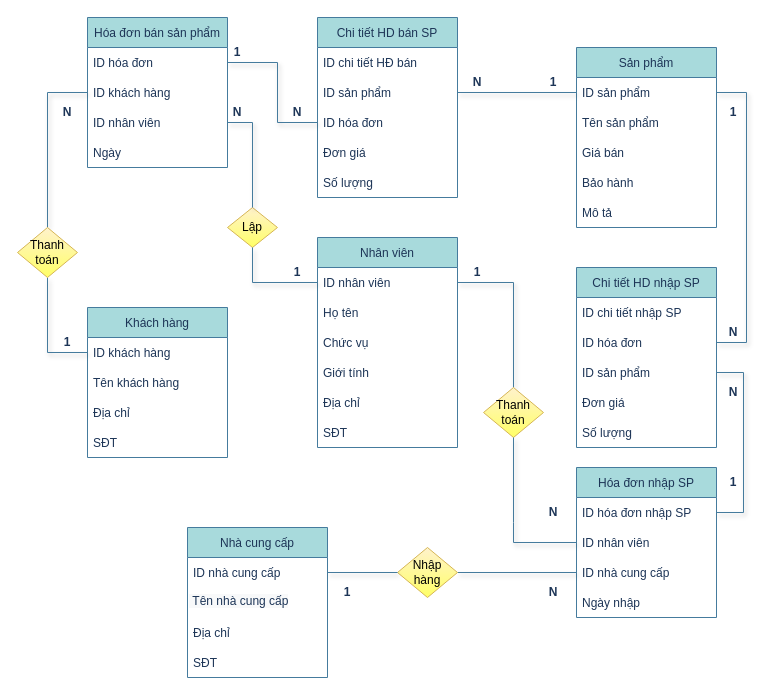
Earlier version of the draw.io diagram Untitled Diagram.drawio (duy1009/abc). Source tidied: cells renumbered, new cells numbered last; positions are measured from the earlier drawing's top-left corner, leaving out a move shared by most shapes. Both pictures are drawn from the tidied source at 100%, with x=0, y=0 at pixel (17, 17).
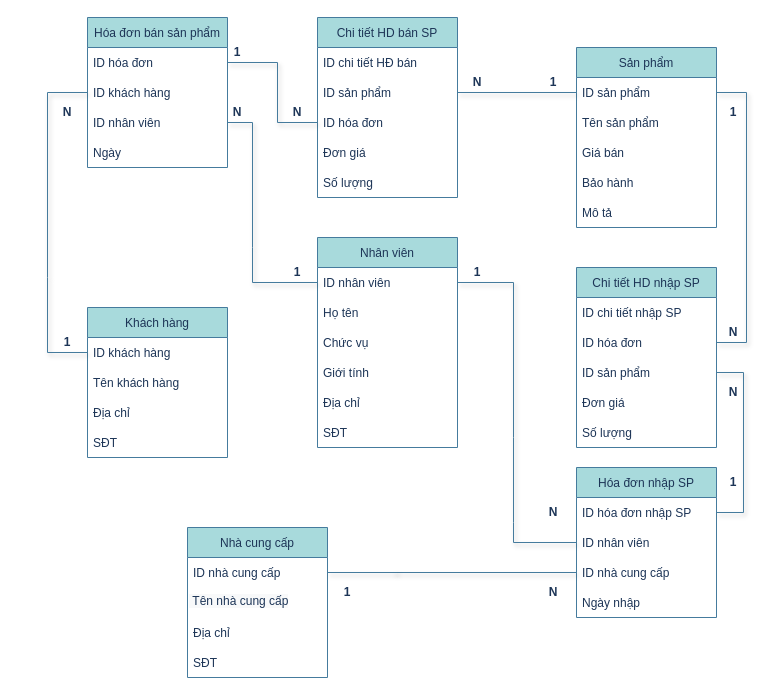
The same page after the edit.

Unchanged cells that the change refers to:
```xml
<mxCell id="4" value="ID khách hàng" style="text;strokeColor=none;fillColor=none;align=left;verticalAlign=middle;spacingLeft=4;spacingRight=4;overflow=hidden;points=[[0,0.5],[1,0.5]];portConstraint=eastwest;fontColor=#1D3557;" parent="2" vertex="1">
  <mxGeometry y="60" width="140" height="30" as="geometry" />
</mxCell>
<mxCell id="5" value="ID nhân viên" style="text;strokeColor=none;fillColor=none;align=left;verticalAlign=middle;spacingLeft=4;spacingRight=4;overflow=hidden;points=[[0,0.5],[1,0.5]];portConstraint=eastwest;fontColor=#1D3557;" parent="2" vertex="1">
  <mxGeometry y="90" width="140" height="30" as="geometry" />
</mxCell>
<mxCell id="9" value="ID nhân viên" style="text;strokeColor=none;fillColor=none;align=left;verticalAlign=middle;spacingLeft=4;spacingRight=4;overflow=hidden;points=[[0,0.5],[1,0.5]];portConstraint=eastwest;fontColor=#1D3557;" parent="7" vertex="1">
  <mxGeometry y="60" width="140" height="30" as="geometry" />
</mxCell>
<mxCell id="10" value="ID nhà cung cấp" style="text;strokeColor=none;fillColor=none;align=left;verticalAlign=middle;spacingLeft=4;spacingRight=4;overflow=hidden;points=[[0,0.5],[1,0.5]];portConstraint=eastwest;fontColor=#1D3557;" parent="7" vertex="1">
  <mxGeometry y="90" width="140" height="30" as="geometry" />
</mxCell>
<mxCell id="19" value="ID nhân viên " style="text;strokeColor=none;fillColor=none;align=left;verticalAlign=middle;spacingLeft=4;spacingRight=4;overflow=hidden;points=[[0,0.5],[1,0.5]];portConstraint=eastwest;fontColor=#1D3557;" parent="18" vertex="1">
  <mxGeometry y="30" width="140" height="30" as="geometry" />
</mxCell>
<mxCell id="32" value="ID khách hàng" style="text;strokeColor=none;fillColor=none;align=left;verticalAlign=middle;spacingLeft=4;spacingRight=4;overflow=hidden;points=[[0,0.5],[1,0.5]];portConstraint=eastwest;startSize=30;fontColor=#1D3557;" parent="31" vertex="1">
  <mxGeometry y="30" width="140" height="30" as="geometry" />
</mxCell>
<mxCell id="37" value="ID nhà cung cấp" style="text;strokeColor=none;fillColor=none;align=left;verticalAlign=middle;spacingLeft=4;spacingRight=4;overflow=hidden;points=[[0,0.5],[1,0.5]];portConstraint=eastwest;startSize=30;fontColor=#1D3557;" parent="36" vertex="1">
  <mxGeometry y="30" width="140" height="30" as="geometry" />
</mxCell>
```

Diff of the diagram source:
```diff
@@
-    <mxCell id="41" style="endArrow=none;html=1;rounded=0;shadow=1;labelBackgroundColor=#F1FAEE;strokeColor=#457B9D;fontColor=#1D3557;entryX=0;entryY=0.5;entryDx=0;entryDy=0;exitX=0.5;exitY=0;exitDx=0;exitDy=0;" parent="1" edge="1" source="48" target="4">
+    <mxCell id="41" style="endArrow=none;html=1;rounded=0;shadow=1;labelBackgroundColor=#F1FAEE;strokeColor=#457B9D;fontColor=#1D3557;entryX=0;entryY=0.5;entryDx=0;entryDy=0;" parent="1" edge="1" target="4">
       <mxGeometry relative="1" as="geometry">
+        <mxPoint x="30" y="260" as="sourcePoint" />
         <Array as="points">
           <mxPoint x="30" y="75" />
         </Array>
       </mxGeometry>
     </mxCell>
-    <mxCell id="42" style="endArrow=none;html=1;rounded=0;shadow=1;entryX=0.5;entryY=1;entryDx=0;entryDy=0;labelBackgroundColor=#F1FAEE;strokeColor=#457B9D;fontColor=#1D3557;exitX=0;exitY=0.5;exitDx=0;exitDy=0;" parent="1" edge="1" source="32" target="48">
+    <mxCell id="42" style="endArrow=none;html=1;rounded=0;shadow=1;entryX=0.5;entryY=1;entryDx=0;entryDy=0;labelBackgroundColor=#F1FAEE;strokeColor=#457B9D;fontColor=#1D3557;exitX=0;exitY=0.5;exitDx=0;exitDy=0;" parent="1" edge="1" source="32">
       <mxGeometry relative="1" as="geometry">
+        <mxPoint x="30" y="260" as="targetPoint" />
         <Array as="points">
           <mxPoint x="30" y="335" />
         </Array>
       </mxGeometry>
     </mxCell>
-    <mxCell id="43" value="Lập" style="rhombus;whiteSpace=wrap;html=1;fillColor=#fff2cc;strokeColor=#d6b656;gradientColor=#FFFF66;" parent="1" vertex="1">
-      <mxGeometry x="210" y="190" width="50" height="40" as="geometry" />
-    </mxCell>
-    <mxCell id="44" style="endArrow=none;html=1;rounded=0;shadow=1;exitX=0.5;exitY=0;exitDx=0;exitDy=0;labelBackgroundColor=#F1FAEE;strokeColor=#457B9D;fontColor=#1D3557;entryX=1;entryY=0.5;entryDx=0;entryDy=0;" parent="1" edge="1" source="43" target="5">
+    <mxCell id="44" style="endArrow=none;html=1;rounded=0;shadow=1;labelBackgroundColor=#F1FAEE;strokeColor=#457B9D;fontColor=#1D3557;entryX=1;entryY=0.5;entryDx=0;entryDy=0;" parent="1" edge="1" target="5">
       <mxGeometry relative="1" as="geometry">
+        <mxPoint x="235" y="230" as="sourcePoint" />
         <Array as="points">
           <mxPoint x="235" y="105" />
         </Array>
       </mxGeometry>
     </mxCell>
-    <mxCell id="45" style="endArrow=none;html=1;rounded=0;shadow=1;entryX=0.5;entryY=1;entryDx=0;entryDy=0;exitX=0;exitY=0.5;exitDx=0;exitDy=0;labelBackgroundColor=#F1FAEE;strokeColor=#457B9D;fontColor=#1D3557;" parent="1" edge="1" source="19" target="43">
+    <mxCell id="45" style="endArrow=none;html=1;rounded=0;shadow=1;entryX=0.5;entryY=1;entryDx=0;entryDy=0;exitX=0;exitY=0.5;exitDx=0;exitDy=0;labelBackgroundColor=#F1FAEE;strokeColor=#457B9D;fontColor=#1D3557;" parent="1" edge="1" source="19">
       <mxGeometry relative="1" as="geometry">
+        <mxPoint x="235" y="230" as="targetPoint" />
         <Array as="points">
           <mxPoint x="235" y="265" />
         </Array>
       </mxGeometry>
     </mxCell>
-    <mxCell id="46" style="endArrow=none;html=1;rounded=0;shadow=1;startSize=50;labelBackgroundColor=#F1FAEE;strokeColor=#457B9D;fontColor=#1D3557;exitX=1;exitY=0.5;exitDx=0;exitDy=0;entryX=0;entryY=0.5;entryDx=0;entryDy=0;startArrow=none;" parent="1" edge="1" source="54" target="10">
-      <mxGeometry relative="1" as="geometry" />
+    <mxCell id="46" style="endArrow=none;html=1;rounded=0;shadow=1;startSize=50;labelBackgroundColor=#F1FAEE;strokeColor=#457B9D;fontColor=#1D3557;entryX=0;entryY=0.5;entryDx=0;entryDy=0;startArrow=none;" parent="1" edge="1" target="10">
+      <mxGeometry relative="1" as="geometry">
+        <mxPoint x="376" y="555" as="sourcePoint" />
+      </mxGeometry>
     </mxCell>
@@
-    <mxCell id="48" value="Thanh toán" style="rhombus;whiteSpace=wrap;html=1;fillColor=#fff2cc;strokeColor=#d6b656;gradientColor=#FFFF66;" parent="1" vertex="1">
-      <mxGeometry y="210" width="60" height="50" as="geometry" />
-    </mxCell>
@@
-    <mxCell id="54" value="Nhập hàng" style="rhombus;whiteSpace=wrap;html=1;fillColor=#fff2cc;strokeColor=#d6b656;gradientColor=#FFFF66;" parent="1" vertex="1">
-      <mxGeometry x="380" y="530" width="60" height="50" as="geometry" />
-    </mxCell>
-    <mxCell id="55" style="endArrow=none;html=1;rounded=0;shadow=1;startSize=50;labelBackgroundColor=#F1FAEE;strokeColor=#457B9D;fontColor=#1D3557;exitX=1;exitY=0.5;exitDx=0;exitDy=0;entryX=0;entryY=0.5;entryDx=0;entryDy=0;" parent="1" edge="1" source="37" target="54">
-      <mxGeometry relative="1" as="geometry" />
+    <mxCell id="55" style="endArrow=none;html=1;rounded=0;shadow=1;startSize=50;labelBackgroundColor=#F1FAEE;strokeColor=#457B9D;fontColor=#1D3557;exitX=1;exitY=0.5;exitDx=0;exitDy=0;entryX=0;entryY=0.5;entryDx=0;entryDy=0;" parent="1" edge="1" source="37">
+      <mxGeometry relative="1" as="geometry">
+        <mxPoint x="380" y="555" as="targetPoint" />
+      </mxGeometry>
     </mxCell>
@@
-    <mxCell id="74" style="endArrow=none;html=1;rounded=0;shadow=1;entryX=1;entryY=0.5;entryDx=0;entryDy=0;exitX=0.5;exitY=0;exitDx=0;exitDy=0;labelBackgroundColor=#F1FAEE;strokeColor=#457B9D;fontColor=#1D3557;startArrow=none;" parent="1" edge="1" source="75" target="19">
+    <mxCell id="74" style="endArrow=none;html=1;rounded=0;shadow=1;entryX=1;entryY=0.5;entryDx=0;entryDy=0;labelBackgroundColor=#F1FAEE;strokeColor=#457B9D;fontColor=#1D3557;startArrow=none;" parent="1" edge="1" target="19">
       <mxGeometry relative="1" as="geometry">
+        <mxPoint x="496" y="420" as="sourcePoint" />
         <Array as="points">
           <mxPoint x="496" y="265" />
         </Array>
       </mxGeometry>
     </mxCell>
-    <mxCell id="75" value="Thanh toán" style="rhombus;whiteSpace=wrap;html=1;fillColor=#fff2cc;strokeColor=#d6b656;gradientColor=#FFFF66;" parent="1" vertex="1">
-      <mxGeometry x="466" y="370" width="60" height="50" as="geometry" />
-    </mxCell>
-    <mxCell id="76" style="endArrow=none;html=1;rounded=0;shadow=1;entryX=0.5;entryY=1;entryDx=0;entryDy=0;exitX=0;exitY=0.5;exitDx=0;exitDy=0;labelBackgroundColor=#F1FAEE;strokeColor=#457B9D;fontColor=#1D3557;" parent="1" edge="1" source="9" target="75">
+    <mxCell id="76" style="endArrow=none;html=1;rounded=0;shadow=1;entryX=0.5;entryY=1;entryDx=0;entryDy=0;exitX=0;exitY=0.5;exitDx=0;exitDy=0;labelBackgroundColor=#F1FAEE;strokeColor=#457B9D;fontColor=#1D3557;" parent="1" edge="1" source="9">
       <mxGeometry relative="1" as="geometry">
+        <mxPoint x="496" y="420" as="targetPoint" />
         <Array as="points">
           <mxPoint x="496" y="525" />
           <mxPoint x="496" y="505" />
         </Array>
       </mxGeometry>
     </mxCell>
```
